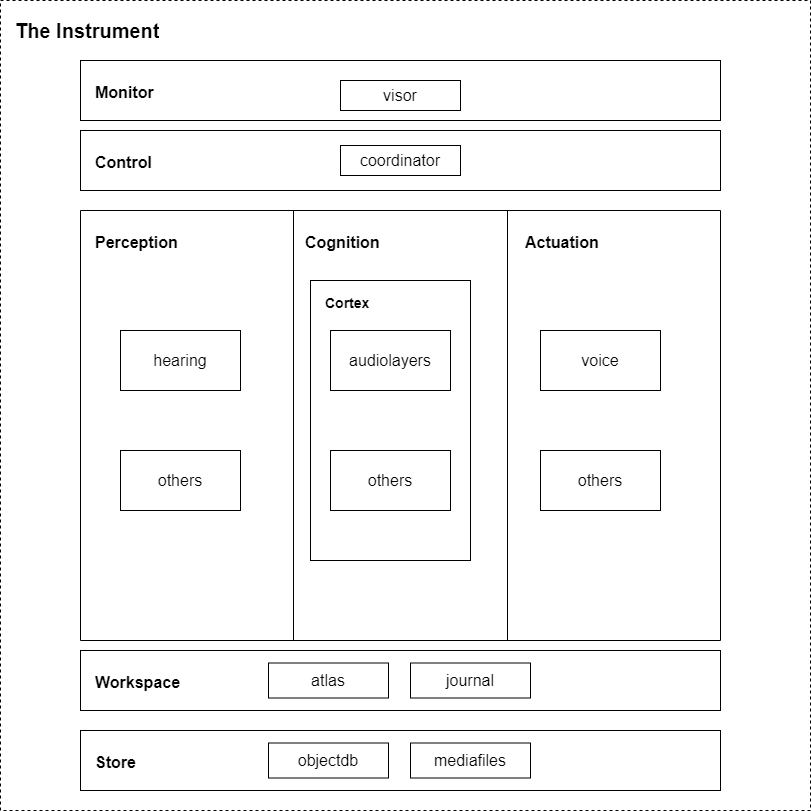
jimomulloy/instrument keeps this draw.io diagram as images/instrumentblocks.drawio.png. Above is the earlier version. Source tidied: cells renumbered, new cells last; positions are measured from the earlier drawing's top-left corner, leaving out a move shared by most shapes. The source it was exported from:
```xml
<mxGraphModel>
  <root>
    <mxCell id="0" />
    <mxCell id="1" parent="0" />
    <mxCell id="2" style="whiteSpace=wrap;html=1;dashed=1;" parent="1" vertex="1">
      <mxGeometry width="810" height="810" as="geometry" />
    </mxCell>
    <mxCell id="3" value="&lt;h1&gt;&lt;font style=&quot;font-size: 20px;&quot;&gt;The Instrument&lt;/font&gt;&lt;/h1&gt;" style="text;html=1;strokeColor=none;fillColor=none;spacing=5;spacingTop=-20;whiteSpace=wrap;overflow=hidden;rounded=0;dashed=1;" parent="1" vertex="1">
      <mxGeometry x="10" y="10" width="190" height="40" as="geometry" />
    </mxCell>
    <mxCell id="4" style="shape=table;startSize=0;" parent="1" vertex="1">
      <mxGeometry x="80" y="210" width="640" height="430" as="geometry" />
    </mxCell>
    <mxCell id="5" style="shape=tableRow;horizontal=0;startSize=0;swimlaneHead=0;swimlaneBody=0;top=0;left=0;bottom=0;right=0;fillColor=none;dashed=1;" parent="4" vertex="1">
      <mxGeometry width="640" height="430" as="geometry" />
    </mxCell>
    <mxCell id="6" style="shape=partialRectangle;html=1;whiteSpace=wrap;overflow=hidden;fillColor=none;top=0;left=0;bottom=0;right=0;dashed=1;" parent="5" vertex="1">
      <mxGeometry width="213" height="430" as="geometry" />
    </mxCell>
    <mxCell id="7" style="shape=partialRectangle;html=1;whiteSpace=wrap;overflow=hidden;fillColor=none;top=0;left=0;bottom=0;right=0;dashed=1;" parent="5" vertex="1">
      <mxGeometry x="213" width="214" height="430" as="geometry" />
    </mxCell>
    <mxCell id="8" style="shape=partialRectangle;html=1;whiteSpace=wrap;overflow=hidden;fillColor=none;top=0;left=0;bottom=0;right=0;dashed=1;" parent="5" vertex="1">
      <mxGeometry x="427" width="213" height="430" as="geometry" />
    </mxCell>
    <mxCell id="9" style="rounded=0;whiteSpace=wrap;html=1;" parent="1" vertex="1">
      <mxGeometry x="80" y="650" width="640" height="60" as="geometry" />
    </mxCell>
    <mxCell id="10" style="rounded=0;whiteSpace=wrap;html=1;" parent="1" vertex="1">
      <mxGeometry x="80" y="60" width="640" height="60" as="geometry" />
    </mxCell>
    <mxCell id="11" style="rounded=0;whiteSpace=wrap;html=1;" parent="1" vertex="1">
      <mxGeometry x="80" y="730" width="640" height="60" as="geometry" />
    </mxCell>
    <mxCell id="12" style="rounded=0;whiteSpace=wrap;html=1;" parent="1" vertex="1">
      <mxGeometry x="80" y="130" width="640" height="60" as="geometry" />
    </mxCell>
    <mxCell id="13" value="&lt;h1 style=&quot;&quot;&gt;&lt;font style=&quot;font-size: 16px;&quot;&gt;Perception&lt;/font&gt;&lt;/h1&gt;" style="text;html=1;strokeColor=none;fillColor=none;spacing=5;spacingTop=-20;whiteSpace=wrap;overflow=hidden;rounded=0;dashed=1;" parent="1" vertex="1">
      <mxGeometry x="90" y="220" width="190" height="40" as="geometry" />
    </mxCell>
    <mxCell id="14" value="&lt;h1&gt;&lt;font style=&quot;font-size: 16px;&quot;&gt;Workspace&lt;/font&gt;&lt;/h1&gt;" style="text;html=1;strokeColor=none;fillColor=none;spacing=5;spacingTop=-20;whiteSpace=wrap;overflow=hidden;rounded=0;dashed=1;" parent="1" vertex="1">
      <mxGeometry x="90" y="660" width="190" height="40" as="geometry" />
    </mxCell>
    <mxCell id="15" value="&lt;h1&gt;&lt;font style=&quot;font-size: 16px;&quot;&gt;Store&lt;/font&gt;&lt;/h1&gt;" style="text;html=1;strokeColor=none;fillColor=none;spacing=5;spacingTop=-20;whiteSpace=wrap;overflow=hidden;rounded=0;dashed=1;" parent="1" vertex="1">
      <mxGeometry x="90" y="740" width="190" height="40" as="geometry" />
    </mxCell>
    <mxCell id="16" value="&lt;h1 style=&quot;&quot;&gt;&lt;font style=&quot;font-size: 16px;&quot;&gt;Cognition&lt;/font&gt;&lt;/h1&gt;" style="text;html=1;strokeColor=none;fillColor=none;spacing=5;spacingTop=-20;whiteSpace=wrap;overflow=hidden;rounded=0;dashed=1;" parent="1" vertex="1">
      <mxGeometry x="300" y="220" width="190" height="40" as="geometry" />
    </mxCell>
    <mxCell id="17" value="&lt;h1 style=&quot;&quot;&gt;&lt;font style=&quot;font-size: 16px;&quot;&gt;Actuation&lt;/font&gt;&lt;/h1&gt;" style="text;html=1;strokeColor=none;fillColor=none;spacing=5;spacingTop=-20;whiteSpace=wrap;overflow=hidden;rounded=0;dashed=1;" parent="1" vertex="1">
      <mxGeometry x="520" y="220" width="190" height="40" as="geometry" />
    </mxCell>
    <mxCell id="18" value="&lt;h1&gt;&lt;font style=&quot;font-size: 16px;&quot;&gt;Control&lt;/font&gt;&lt;/h1&gt;" style="text;html=1;strokeColor=none;fillColor=none;spacing=5;spacingTop=-20;whiteSpace=wrap;overflow=hidden;rounded=0;dashed=1;" parent="1" vertex="1">
      <mxGeometry x="90" y="140" width="190" height="40" as="geometry" />
    </mxCell>
    <mxCell id="19" value="&lt;h1&gt;&lt;font style=&quot;font-size: 16px;&quot;&gt;Monitor&lt;/font&gt;&lt;/h1&gt;" style="text;html=1;strokeColor=none;fillColor=none;spacing=5;spacingTop=-20;whiteSpace=wrap;overflow=hidden;rounded=0;dashed=1;" parent="1" vertex="1">
      <mxGeometry x="90" y="70" width="190" height="40" as="geometry" />
    </mxCell>
    <mxCell id="20" value="voice" style="rounded=0;whiteSpace=wrap;html=1;fontSize=16;" parent="1" vertex="1">
      <mxGeometry x="540" y="330" width="120" height="60" as="geometry" />
    </mxCell>
    <mxCell id="21" style="rounded=0;whiteSpace=wrap;html=1;fontSize=16;" parent="1" vertex="1">
      <mxGeometry x="310" y="280" width="160" height="280" as="geometry" />
    </mxCell>
    <mxCell id="22" value="hearing" style="rounded=0;whiteSpace=wrap;html=1;fontSize=16;" parent="1" vertex="1">
      <mxGeometry x="120" y="330" width="120" height="60" as="geometry" />
    </mxCell>
    <mxCell id="23" value="coordinator" style="rounded=0;whiteSpace=wrap;html=1;fontSize=16;" parent="1" vertex="1">
      <mxGeometry x="340" y="145" width="120" height="30" as="geometry" />
    </mxCell>
    <mxCell id="24" value="others" style="rounded=0;whiteSpace=wrap;html=1;fontSize=16;" parent="1" vertex="1">
      <mxGeometry x="540" y="450" width="120" height="60" as="geometry" />
    </mxCell>
    <mxCell id="25" value="others" style="rounded=0;whiteSpace=wrap;html=1;fontSize=16;" parent="1" vertex="1">
      <mxGeometry x="330" y="450" width="120" height="60" as="geometry" />
    </mxCell>
    <mxCell id="26" value="atlas" style="rounded=0;whiteSpace=wrap;html=1;fontSize=16;" parent="1" vertex="1">
      <mxGeometry x="268" y="662.5" width="120" height="35" as="geometry" />
    </mxCell>
    <mxCell id="27" value="objectdb" style="rounded=0;whiteSpace=wrap;html=1;fontSize=16;" parent="1" vertex="1">
      <mxGeometry x="268" y="742.5" width="120" height="35" as="geometry" />
    </mxCell>
    <mxCell id="28" value="mediafiles" style="rounded=0;whiteSpace=wrap;html=1;fontSize=16;" parent="1" vertex="1">
      <mxGeometry x="410" y="742.5" width="120" height="35" as="geometry" />
    </mxCell>
    <mxCell id="29" value="visor" style="rounded=0;whiteSpace=wrap;html=1;fontSize=16;" parent="1" vertex="1">
      <mxGeometry x="340" y="80" width="120" height="30" as="geometry" />
    </mxCell>
    <mxCell id="30" value="&lt;h1 style=&quot;&quot;&gt;&lt;font style=&quot;font-size: 14px;&quot;&gt;Cortex&lt;/font&gt;&lt;/h1&gt;" style="text;html=1;strokeColor=none;fillColor=none;spacing=5;spacingTop=-20;whiteSpace=wrap;overflow=hidden;rounded=0;dashed=1;" parent="1" vertex="1">
      <mxGeometry x="320" y="280" width="190" height="40" as="geometry" />
    </mxCell>
    <mxCell id="31" value="audiolayers" style="rounded=0;whiteSpace=wrap;html=1;fontSize=16;" parent="1" vertex="1">
      <mxGeometry x="330" y="330" width="120" height="60" as="geometry" />
    </mxCell>
    <mxCell id="32" value="others" style="rounded=0;whiteSpace=wrap;html=1;fontSize=16;" parent="1" vertex="1">
      <mxGeometry x="120" y="450" width="120" height="60" as="geometry" />
    </mxCell>
    <mxCell id="33" value="journal" style="rounded=0;whiteSpace=wrap;html=1;fontSize=16;" parent="1" vertex="1">
      <mxGeometry x="410" y="662.5" width="120" height="35" as="geometry" />
    </mxCell>
  </root>
</mxGraphModel>
```
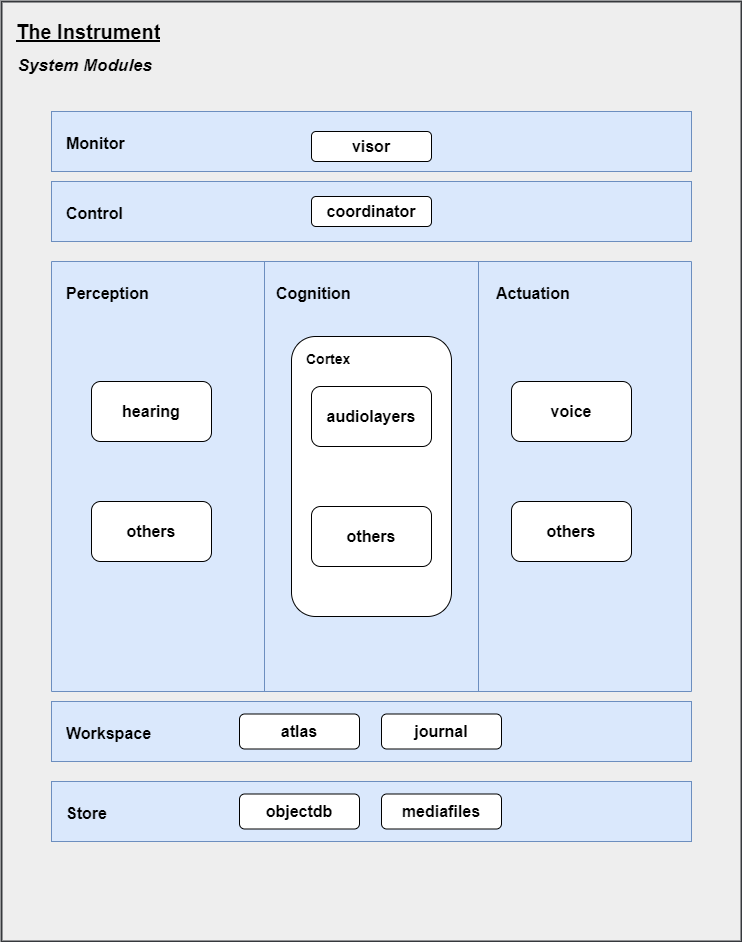
After the commit.

What changed in the source:
```diff
@@ -2,13 +2,14 @@
   <root>
     <mxCell id="0" />
     <mxCell id="1" parent="0" />
-    <mxCell id="2" style="whiteSpace=wrap;html=1;dashed=1;" parent="1" vertex="1">
-      <mxGeometry width="810" height="810" as="geometry" />
-    </mxCell>
+    <mxCell id="34" style="rounded=0;whiteSpace=wrap;html=1;fillColor=#eeeeee;strokeColor=#36393d;strokeWidth=2;" parent="1" vertex="1">
+      <mxGeometry x="30" y="-50" width="740" height="940" as="geometry" />
+    </mxCell>
+    <mxCell id="35" value="Foreground" parent="0" />
-    <mxCell id="3" value="&lt;h1&gt;&lt;font style=&quot;font-size: 20px;&quot;&gt;The Instrument&lt;/font&gt;&lt;/h1&gt;" style="text;html=1;strokeColor=none;fillColor=none;spacing=5;spacingTop=-20;whiteSpace=wrap;overflow=hidden;rounded=0;dashed=1;" parent="1" vertex="1">
-      <mxGeometry x="10" y="10" width="190" height="40" as="geometry" />
+    <mxCell id="3" value="&lt;h1&gt;&lt;font style=&quot;font-size: 20px;&quot;&gt;&lt;u&gt;The Instrument&lt;/u&gt;&lt;/font&gt;&lt;/h1&gt;" style="text;html=1;strokeColor=none;fillColor=none;spacing=5;spacingTop=-20;whiteSpace=wrap;overflow=hidden;rounded=0;dashed=1;align=left;" parent="35" vertex="1">
+      <mxGeometry x="40" y="-40" width="190" height="40" as="geometry" />
     </mxCell>
-    <mxCell id="4" style="shape=table;startSize=0;" parent="1" vertex="1">
+    <mxCell id="4" style="shape=table;startSize=0;fillColor=#dae8fc;strokeColor=#6c8ebf;" parent="35" vertex="1">
       <mxGeometry x="80" y="210" width="640" height="430" as="geometry" />
     </mxCell>
     <mxCell id="5" style="shape=tableRow;horizontal=0;startSize=0;swimlaneHead=0;swimlaneBody=0;top=0;left=0;bottom=0;right=0;fillColor=none;dashed=1;" parent="4" vertex="1">
@@ -23,80 +24,83 @@
     <mxCell id="8" style="shape=partialRectangle;html=1;whiteSpace=wrap;overflow=hidden;fillColor=none;top=0;left=0;bottom=0;right=0;dashed=1;" parent="5" vertex="1">
       <mxGeometry x="427" width="213" height="430" as="geometry" />
     </mxCell>
-    <mxCell id="9" style="rounded=0;whiteSpace=wrap;html=1;" parent="1" vertex="1">
+    <mxCell id="9" style="rounded=0;whiteSpace=wrap;html=1;fillColor=#dae8fc;strokeColor=#6c8ebf;" parent="35" vertex="1">
       <mxGeometry x="80" y="650" width="640" height="60" as="geometry" />
     </mxCell>
-    <mxCell id="10" style="rounded=0;whiteSpace=wrap;html=1;" parent="1" vertex="1">
+    <mxCell id="10" style="rounded=0;whiteSpace=wrap;html=1;fillColor=#dae8fc;strokeColor=#6c8ebf;" parent="35" vertex="1">
       <mxGeometry x="80" y="60" width="640" height="60" as="geometry" />
     </mxCell>
-    <mxCell id="11" style="rounded=0;whiteSpace=wrap;html=1;" parent="1" vertex="1">
+    <mxCell id="11" style="rounded=0;whiteSpace=wrap;html=1;fillColor=#dae8fc;strokeColor=#6c8ebf;" parent="35" vertex="1">
       <mxGeometry x="80" y="730" width="640" height="60" as="geometry" />
     </mxCell>
-    <mxCell id="12" style="rounded=0;whiteSpace=wrap;html=1;" parent="1" vertex="1">
+    <mxCell id="12" style="rounded=0;whiteSpace=wrap;html=1;fillColor=#dae8fc;strokeColor=#6c8ebf;" parent="35" vertex="1">
       <mxGeometry x="80" y="130" width="640" height="60" as="geometry" />
     </mxCell>
-    <mxCell id="13" value="&lt;h1 style=&quot;&quot;&gt;&lt;font style=&quot;font-size: 16px;&quot;&gt;Perception&lt;/font&gt;&lt;/h1&gt;" style="text;html=1;strokeColor=none;fillColor=none;spacing=5;spacingTop=-20;whiteSpace=wrap;overflow=hidden;rounded=0;dashed=1;" parent="1" vertex="1">
+    <mxCell id="13" value="&lt;h1 style=&quot;&quot;&gt;&lt;font style=&quot;font-size: 16px;&quot;&gt;Perception&lt;/font&gt;&lt;/h1&gt;" style="text;html=1;strokeColor=none;fillColor=none;spacing=5;spacingTop=-20;whiteSpace=wrap;overflow=hidden;rounded=0;dashed=1;" parent="35" vertex="1">
       <mxGeometry x="90" y="220" width="190" height="40" as="geometry" />
     </mxCell>
-    <mxCell id="14" value="&lt;h1&gt;&lt;font style=&quot;font-size: 16px;&quot;&gt;Workspace&lt;/font&gt;&lt;/h1&gt;" style="text;html=1;strokeColor=none;fillColor=none;spacing=5;spacingTop=-20;whiteSpace=wrap;overflow=hidden;rounded=0;dashed=1;" parent="1" vertex="1">
+    <mxCell id="14" value="&lt;h1&gt;&lt;font style=&quot;font-size: 16px;&quot;&gt;Workspace&lt;/font&gt;&lt;/h1&gt;" style="text;html=1;strokeColor=none;fillColor=none;spacing=5;spacingTop=-20;whiteSpace=wrap;overflow=hidden;rounded=0;dashed=1;" parent="35" vertex="1">
       <mxGeometry x="90" y="660" width="190" height="40" as="geometry" />
     </mxCell>
-    <mxCell id="15" value="&lt;h1&gt;&lt;font style=&quot;font-size: 16px;&quot;&gt;Store&lt;/font&gt;&lt;/h1&gt;" style="text;html=1;strokeColor=none;fillColor=none;spacing=5;spacingTop=-20;whiteSpace=wrap;overflow=hidden;rounded=0;dashed=1;" parent="1" vertex="1">
+    <mxCell id="15" value="&lt;h1&gt;&lt;font style=&quot;font-size: 16px;&quot;&gt;Store&lt;/font&gt;&lt;/h1&gt;" style="text;html=1;strokeColor=none;fillColor=none;spacing=5;spacingTop=-20;whiteSpace=wrap;overflow=hidden;rounded=0;dashed=1;" parent="35" vertex="1">
       <mxGeometry x="90" y="740" width="190" height="40" as="geometry" />
     </mxCell>
-    <mxCell id="16" value="&lt;h1 style=&quot;&quot;&gt;&lt;font style=&quot;font-size: 16px;&quot;&gt;Cognition&lt;/font&gt;&lt;/h1&gt;" style="text;html=1;strokeColor=none;fillColor=none;spacing=5;spacingTop=-20;whiteSpace=wrap;overflow=hidden;rounded=0;dashed=1;" parent="1" vertex="1">
+    <mxCell id="16" value="&lt;h1 style=&quot;&quot;&gt;&lt;font style=&quot;font-size: 16px;&quot;&gt;Cognition&lt;/font&gt;&lt;/h1&gt;" style="text;html=1;strokeColor=none;fillColor=none;spacing=5;spacingTop=-20;whiteSpace=wrap;overflow=hidden;rounded=0;dashed=1;" parent="35" vertex="1">
       <mxGeometry x="300" y="220" width="190" height="40" as="geometry" />
     </mxCell>
-    <mxCell id="17" value="&lt;h1 style=&quot;&quot;&gt;&lt;font style=&quot;font-size: 16px;&quot;&gt;Actuation&lt;/font&gt;&lt;/h1&gt;" style="text;html=1;strokeColor=none;fillColor=none;spacing=5;spacingTop=-20;whiteSpace=wrap;overflow=hidden;rounded=0;dashed=1;" parent="1" vertex="1">
+    <mxCell id="17" value="&lt;h1 style=&quot;&quot;&gt;&lt;font style=&quot;font-size: 16px;&quot;&gt;Actuation&lt;/font&gt;&lt;/h1&gt;" style="text;html=1;strokeColor=none;fillColor=none;spacing=5;spacingTop=-20;whiteSpace=wrap;overflow=hidden;rounded=0;dashed=1;" parent="35" vertex="1">
       <mxGeometry x="520" y="220" width="190" height="40" as="geometry" />
     </mxCell>
-    <mxCell id="18" value="&lt;h1&gt;&lt;font style=&quot;font-size: 16px;&quot;&gt;Control&lt;/font&gt;&lt;/h1&gt;" style="text;html=1;strokeColor=none;fillColor=none;spacing=5;spacingTop=-20;whiteSpace=wrap;overflow=hidden;rounded=0;dashed=1;" parent="1" vertex="1">
+    <mxCell id="18" value="&lt;h1&gt;&lt;font style=&quot;font-size: 16px;&quot;&gt;Control&lt;/font&gt;&lt;/h1&gt;" style="text;html=1;strokeColor=none;fillColor=none;spacing=5;spacingTop=-20;whiteSpace=wrap;overflow=hidden;rounded=0;dashed=1;" parent="35" vertex="1">
       <mxGeometry x="90" y="140" width="190" height="40" as="geometry" />
     </mxCell>
-    <mxCell id="19" value="&lt;h1&gt;&lt;font style=&quot;font-size: 16px;&quot;&gt;Monitor&lt;/font&gt;&lt;/h1&gt;" style="text;html=1;strokeColor=none;fillColor=none;spacing=5;spacingTop=-20;whiteSpace=wrap;overflow=hidden;rounded=0;dashed=1;" parent="1" vertex="1">
+    <mxCell id="19" value="&lt;h1&gt;&lt;font style=&quot;font-size: 16px;&quot;&gt;Monitor&lt;/font&gt;&lt;/h1&gt;" style="text;html=1;strokeColor=none;fillColor=none;spacing=5;spacingTop=-20;whiteSpace=wrap;overflow=hidden;rounded=0;dashed=1;" parent="35" vertex="1">
       <mxGeometry x="90" y="70" width="190" height="40" as="geometry" />
     </mxCell>
-    <mxCell id="20" value="voice" style="rounded=0;whiteSpace=wrap;html=1;fontSize=16;" parent="1" vertex="1">
+    <mxCell id="20" value="&lt;b&gt;voice&lt;/b&gt;" style="rounded=1;whiteSpace=wrap;html=1;fontSize=16;" parent="35" vertex="1">
       <mxGeometry x="540" y="330" width="120" height="60" as="geometry" />
     </mxCell>
-    <mxCell id="21" style="rounded=0;whiteSpace=wrap;html=1;fontSize=16;" parent="1" vertex="1">
-      <mxGeometry x="310" y="280" width="160" height="280" as="geometry" />
+    <mxCell id="21" style="rounded=1;whiteSpace=wrap;html=1;fontSize=16;" parent="35" vertex="1">
+      <mxGeometry x="320" y="285" width="160" height="280" as="geometry" />
     </mxCell>
-    <mxCell id="22" value="hearing" style="rounded=0;whiteSpace=wrap;html=1;fontSize=16;" parent="1" vertex="1">
+    <mxCell id="22" value="&lt;b&gt;hearing&lt;/b&gt;" style="rounded=1;whiteSpace=wrap;html=1;fontSize=16;" parent="35" vertex="1">
       <mxGeometry x="120" y="330" width="120" height="60" as="geometry" />
     </mxCell>
-    <mxCell id="23" value="coordinator" style="rounded=0;whiteSpace=wrap;html=1;fontSize=16;" parent="1" vertex="1">
+    <mxCell id="23" value="&lt;b&gt;coordinator&lt;/b&gt;" style="rounded=1;whiteSpace=wrap;html=1;fontSize=16;" parent="35" vertex="1">
       <mxGeometry x="340" y="145" width="120" height="30" as="geometry" />
     </mxCell>
-    <mxCell id="24" value="others" style="rounded=0;whiteSpace=wrap;html=1;fontSize=16;" parent="1" vertex="1">
+    <mxCell id="24" value="&lt;b&gt;others&lt;/b&gt;" style="rounded=1;whiteSpace=wrap;html=1;fontSize=16;" parent="35" vertex="1">
       <mxGeometry x="540" y="450" width="120" height="60" as="geometry" />
     </mxCell>
-    <mxCell id="25" value="others" style="rounded=0;whiteSpace=wrap;html=1;fontSize=16;" parent="1" vertex="1">
-      <mxGeometry x="330" y="450" width="120" height="60" as="geometry" />
+    <mxCell id="25" value="&lt;b&gt;others&lt;/b&gt;" style="rounded=1;whiteSpace=wrap;html=1;fontSize=16;" parent="35" vertex="1">
+      <mxGeometry x="340" y="455" width="120" height="60" as="geometry" />
     </mxCell>
-    <mxCell id="26" value="atlas" style="rounded=0;whiteSpace=wrap;html=1;fontSize=16;" parent="1" vertex="1">
+    <mxCell id="26" value="&lt;b&gt;atlas&lt;/b&gt;" style="rounded=1;whiteSpace=wrap;html=1;fontSize=16;" parent="35" vertex="1">
       <mxGeometry x="268" y="662.5" width="120" height="35" as="geometry" />
     </mxCell>
-    <mxCell id="27" value="objectdb" style="rounded=0;whiteSpace=wrap;html=1;fontSize=16;" parent="1" vertex="1">
+    <mxCell id="27" value="&lt;b&gt;objectdb&lt;/b&gt;" style="rounded=1;whiteSpace=wrap;html=1;fontSize=16;" parent="35" vertex="1">
       <mxGeometry x="268" y="742.5" width="120" height="35" as="geometry" />
     </mxCell>
-    <mxCell id="28" value="mediafiles" style="rounded=0;whiteSpace=wrap;html=1;fontSize=16;" parent="1" vertex="1">
+    <mxCell id="28" value="&lt;b&gt;mediafiles&lt;/b&gt;" style="rounded=1;whiteSpace=wrap;html=1;fontSize=16;" parent="35" vertex="1">
       <mxGeometry x="410" y="742.5" width="120" height="35" as="geometry" />
     </mxCell>
-    <mxCell id="29" value="visor" style="rounded=0;whiteSpace=wrap;html=1;fontSize=16;" parent="1" vertex="1">
+    <mxCell id="29" value="&lt;b&gt;visor&lt;/b&gt;" style="rounded=1;whiteSpace=wrap;html=1;fontSize=16;" parent="35" vertex="1">
       <mxGeometry x="340" y="80" width="120" height="30" as="geometry" />
     </mxCell>
-    <mxCell id="30" value="&lt;h1 style=&quot;&quot;&gt;&lt;font style=&quot;font-size: 14px;&quot;&gt;Cortex&lt;/font&gt;&lt;/h1&gt;" style="text;html=1;strokeColor=none;fillColor=none;spacing=5;spacingTop=-20;whiteSpace=wrap;overflow=hidden;rounded=0;dashed=1;" parent="1" vertex="1">
-      <mxGeometry x="320" y="280" width="190" height="40" as="geometry" />
+    <mxCell id="30" value="&lt;h1 style=&quot;&quot;&gt;&lt;font style=&quot;font-size: 14px;&quot;&gt;Cortex&lt;/font&gt;&lt;/h1&gt;" style="text;html=1;strokeColor=none;fillColor=none;spacing=5;spacingTop=-20;whiteSpace=wrap;overflow=hidden;rounded=0;dashed=1;" parent="35" vertex="1">
+      <mxGeometry x="330" y="285" width="190" height="40" as="geometry" />
     </mxCell>
-    <mxCell id="31" value="audiolayers" style="rounded=0;whiteSpace=wrap;html=1;fontSize=16;" parent="1" vertex="1">
-      <mxGeometry x="330" y="330" width="120" height="60" as="geometry" />
+    <mxCell id="31" value="&lt;b&gt;audiolayers&lt;/b&gt;" style="rounded=1;whiteSpace=wrap;html=1;fontSize=16;" parent="35" vertex="1">
+      <mxGeometry x="340" y="335" width="120" height="60" as="geometry" />
     </mxCell>
-    <mxCell id="32" value="others" style="rounded=0;whiteSpace=wrap;html=1;fontSize=16;" parent="1" vertex="1">
+    <mxCell id="32" value="&lt;b&gt;others&lt;/b&gt;" style="rounded=1;whiteSpace=wrap;html=1;fontSize=16;" parent="35" vertex="1">
       <mxGeometry x="120" y="450" width="120" height="60" as="geometry" />
     </mxCell>
-    <mxCell id="33" value="journal" style="rounded=0;whiteSpace=wrap;html=1;fontSize=16;" parent="1" vertex="1">
+    <mxCell id="33" value="&lt;b&gt;journal&lt;/b&gt;" style="rounded=1;whiteSpace=wrap;html=1;fontSize=16;" parent="35" vertex="1">
       <mxGeometry x="410" y="662.5" width="120" height="35" as="geometry" />
     </mxCell>
+    <mxCell id="36" value="&lt;font size=&quot;1&quot; style=&quot;&quot;&gt;&lt;b style=&quot;&quot;&gt;&lt;i style=&quot;font-size: 17px;&quot;&gt;&amp;nbsp;System Modules&lt;/i&gt;&lt;/b&gt;&lt;/font&gt;" style="text;html=1;strokeColor=none;fillColor=none;align=left;verticalAlign=middle;whiteSpace=wrap;rounded=0;" parent="35" vertex="1">
+      <mxGeometry x="40" width="190" height="30" as="geometry" />
+    </mxCell>
   </root>
 </mxGraphModel>
```
